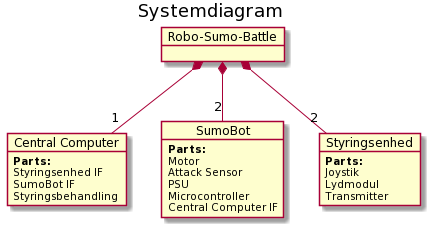
The PlantUML diagram Diagrammer/Robo_Sumo_Battle/OverordnetBDD.png in Solvgraa-mager/E3PRJ3, before a commit.
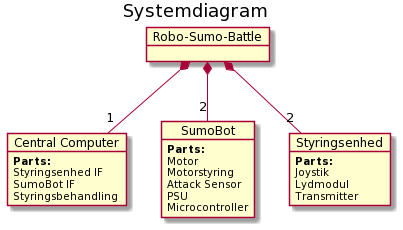
The same diagram one commit later.

What changed in the source:
```diff
@@ -13,10 +13,10 @@
 object "SumoBot" as sumobot
     sumobot : <b>Parts:</b>
     sumobot : Motor
+    sumobot : Motorstyring
     sumobot : Attack Sensor
     sumobot : PSU
     sumobot : Microcontroller
-    sumobot : Central Computer IF
 object "Styringsenhed" as styringsenhed
     styringsenhed : <b>Parts:</b>
     styringsenhed : Joystik
```
